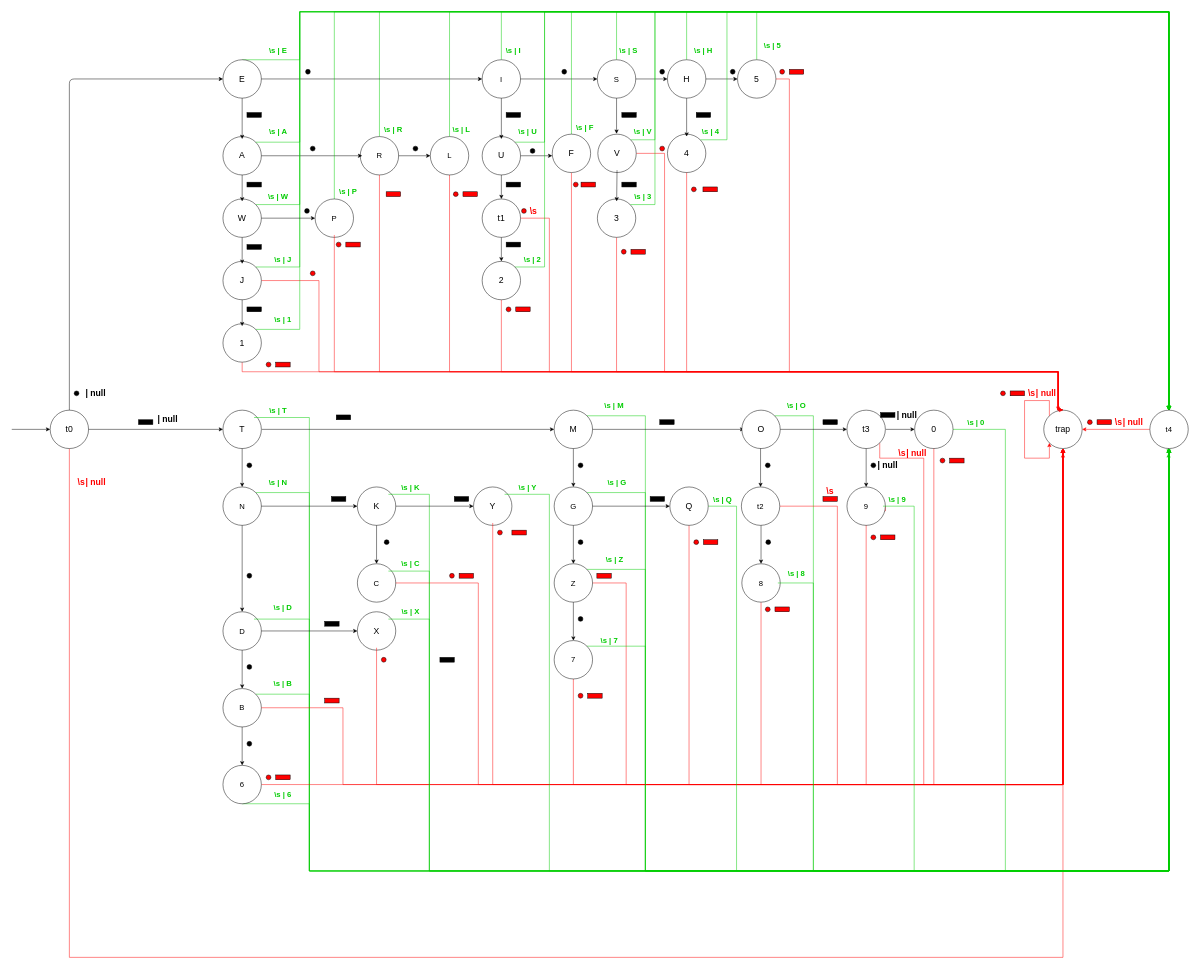
Before: MorseCodeAutomata.drawio in gkrishnak01/TOC-Case-Study, a draw.io diagram. Source tidied: cells renumbered, new cells numbered last; positions are measured from the earlier drawing's top-left corner, leaving out a move shared by most shapes. Both pictures are drawn from the tidied source at 48%, with x=0, y=0 at pixel (12, 12).
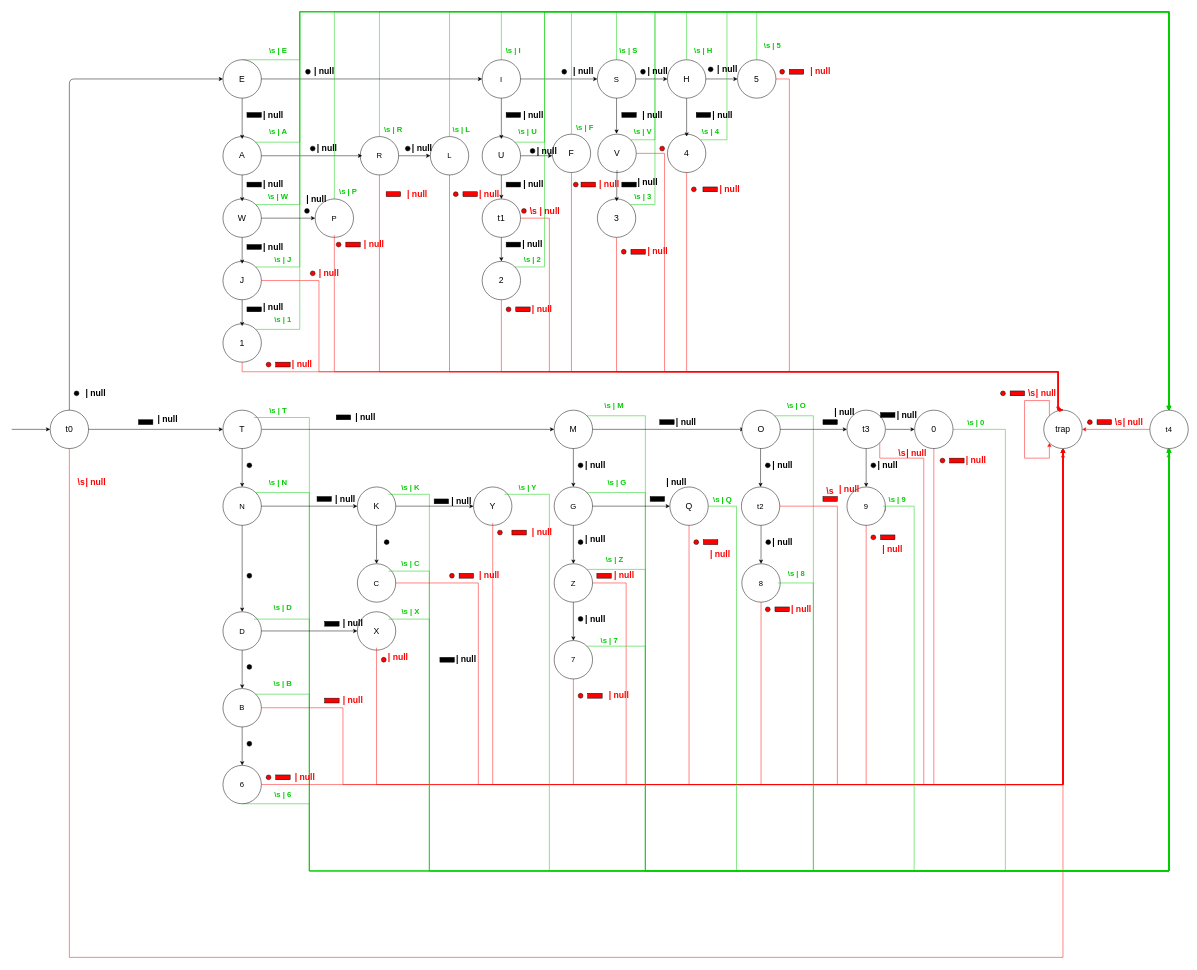
Above is the later version.

Commit message (it also covers changes not shown here):
Morse Code to Alpha Numeric DFA

Change to the diagram source:
```diff
@@
     <mxCell id="19" style="ellipse;whiteSpace=wrap;html=1;fillColor=#000000;" parent="1" vertex="1">
-      <mxGeometry x="1350" y="120" width="10" height="10" as="geometry" />
+      <mxGeometry x="1310" y="120" width="10" height="10" as="geometry" />
     </mxCell>
@@
     <mxCell id="23" style="ellipse;whiteSpace=wrap;html=1;fillColor=#000000;" parent="1" vertex="1">
-      <mxGeometry x="1497" y="120" width="10" height="10" as="geometry" />
+      <mxGeometry x="1451" y="115" width="10" height="10" as="geometry" />
     </mxCell>
@@
     <mxCell id="80" style="ellipse;whiteSpace=wrap;html=1;fillColor=#000000;" parent="1" vertex="1">
-      <mxGeometry x="836" y="280" width="10" height="10" as="geometry" />
+      <mxGeometry x="820" y="280" width="10" height="10" as="geometry" />
     </mxCell>
@@
     <mxCell id="141" style="rounded=0;whiteSpace=wrap;html=1;fillColor=#000000;" parent="1" vertex="1">
-      <mxGeometry x="666" y="1010" width="30" height="10" as="geometry" />
+      <mxGeometry x="636" y="1010" width="30" height="10" as="geometry" />
     </mxCell>
@@
     <mxCell id="153" style="rounded=0;whiteSpace=wrap;html=1;fillColor=#000000;" parent="1" vertex="1">
-      <mxGeometry x="922" y="1010" width="30" height="10" as="geometry" />
+      <mxGeometry x="880" y="1015" width="30" height="10" as="geometry" />
     </mxCell>
@@
+    <mxCell id="323" value="&lt;span style=&quot;font-size: 18px&quot;&gt;&lt;b&gt;&lt;font color=&quot;#ff0000&quot;&gt;| null&lt;/font&gt;&lt;/b&gt;&lt;/span&gt;" style="text;html=1;strokeColor=none;fillColor=none;align=center;verticalAlign=middle;whiteSpace=wrap;rounded=0;" parent="1" vertex="1">
+      <mxGeometry x="580" y="725" width="50" height="20" as="geometry" />
+    </mxCell>
+    <mxCell id="324" value="&lt;span style=&quot;font-size: 18px&quot;&gt;&lt;b&gt;&lt;font color=&quot;#ff0000&quot;&gt;| null&lt;/font&gt;&lt;/b&gt;&lt;/span&gt;" style="text;html=1;strokeColor=none;fillColor=none;align=center;verticalAlign=middle;whiteSpace=wrap;rounded=0;" parent="1" vertex="1">
+      <mxGeometry x="636" y="535" width="50" height="20" as="geometry" />
+    </mxCell>
+    <mxCell id="325" value="&lt;span style=&quot;font-size: 18px&quot;&gt;&lt;b&gt;&lt;font color=&quot;#ff0000&quot;&gt;| null&lt;/font&gt;&lt;/b&gt;&lt;/span&gt;" style="text;html=1;strokeColor=none;fillColor=none;align=center;verticalAlign=middle;whiteSpace=wrap;rounded=0;" parent="1" vertex="1">
+      <mxGeometry x="730" y="475" width="50" height="20" as="geometry" />
+    </mxCell>
+    <mxCell id="326" value="&lt;span style=&quot;font-size: 18px&quot;&gt;&lt;b&gt;&lt;font color=&quot;#ff0000&quot;&gt;| null&lt;/font&gt;&lt;/b&gt;&lt;/span&gt;" style="text;html=1;strokeColor=none;fillColor=none;align=center;verticalAlign=middle;whiteSpace=wrap;rounded=0;" parent="1" vertex="1">
+      <mxGeometry x="820" y="370" width="50" height="20" as="geometry" />
+    </mxCell>
+    <mxCell id="327" value="&lt;span style=&quot;font-size: 18px&quot;&gt;&lt;b&gt;&lt;font color=&quot;#ff0000&quot;&gt;| null&lt;/font&gt;&lt;/b&gt;&lt;/span&gt;" style="text;html=1;strokeColor=none;fillColor=none;align=center;verticalAlign=middle;whiteSpace=wrap;rounded=0;" parent="1" vertex="1">
+      <mxGeometry x="970" y="370" width="50" height="20" as="geometry" />
+    </mxCell>
+    <mxCell id="328" value="&lt;span style=&quot;font-size: 18px&quot;&gt;&lt;b&gt;&lt;font color=&quot;#ff0000&quot;&gt;| null&lt;/font&gt;&lt;/b&gt;&lt;/span&gt;" style="text;html=1;strokeColor=none;fillColor=none;align=center;verticalAlign=middle;whiteSpace=wrap;rounded=0;" parent="1" vertex="1">
+      <mxGeometry x="1096" y="405" width="50" height="20" as="geometry" />
+    </mxCell>
+    <mxCell id="329" value="&lt;span style=&quot;font-size: 18px&quot;&gt;&lt;b&gt;&lt;font color=&quot;#ff0000&quot;&gt;| null&lt;/font&gt;&lt;/b&gt;&lt;/span&gt;" style="text;html=1;strokeColor=none;fillColor=none;align=center;verticalAlign=middle;whiteSpace=wrap;rounded=0;" parent="1" vertex="1">
+      <mxGeometry x="1080" y="610" width="50" height="20" as="geometry" />
+    </mxCell>
+    <mxCell id="330" value="&lt;span style=&quot;font-size: 18px&quot;&gt;&lt;b&gt;&lt;font color=&quot;#ff0000&quot;&gt;| null&lt;/font&gt;&lt;/b&gt;&lt;/span&gt;" style="text;html=1;strokeColor=none;fillColor=none;align=center;verticalAlign=middle;whiteSpace=wrap;rounded=0;" parent="1" vertex="1">
+      <mxGeometry x="1220" y="350" width="50" height="20" as="geometry" />
+    </mxCell>
+    <mxCell id="331" value="&lt;span style=&quot;font-size: 18px&quot;&gt;&lt;b&gt;&lt;font color=&quot;#ff0000&quot;&gt;| null&lt;/font&gt;&lt;/b&gt;&lt;/span&gt;" style="text;html=1;strokeColor=none;fillColor=none;align=center;verticalAlign=middle;whiteSpace=wrap;rounded=0;" parent="1" vertex="1">
+      <mxGeometry x="1321" y="490" width="50" height="20" as="geometry" />
+    </mxCell>
+    <mxCell id="332" value="&lt;span style=&quot;font-size: 18px&quot;&gt;&lt;b&gt;&lt;font color=&quot;#ff0000&quot;&gt;| null&lt;/font&gt;&lt;/b&gt;&lt;/span&gt;" style="text;html=1;strokeColor=none;fillColor=none;align=center;verticalAlign=middle;whiteSpace=wrap;rounded=0;" parent="1" vertex="1">
+      <mxGeometry x="1471" y="360" width="50" height="20" as="geometry" />
+    </mxCell>
+    <mxCell id="333" value="&lt;span style=&quot;font-size: 18px&quot;&gt;&lt;b&gt;&lt;font color=&quot;#ff0000&quot;&gt;| null&lt;/font&gt;&lt;/b&gt;&lt;/span&gt;" style="text;html=1;strokeColor=none;fillColor=none;align=center;verticalAlign=middle;whiteSpace=wrap;rounded=0;" parent="1" vertex="1">
+      <mxGeometry x="1660" y="115" width="50" height="20" as="geometry" />
+    </mxCell>
+    <mxCell id="334" value="&lt;span style=&quot;font-size: 18px&quot;&gt;&lt;b&gt;&lt;font color=&quot;#ff0000&quot;&gt;| null&lt;/font&gt;&lt;/b&gt;&lt;/span&gt;" style="text;html=1;strokeColor=none;fillColor=none;align=center;verticalAlign=middle;whiteSpace=wrap;rounded=0;" parent="1" vertex="1">
+      <mxGeometry x="1984" y="925" width="50" height="20" as="geometry" />
+    </mxCell>
+    <mxCell id="335" value="&lt;span style=&quot;font-size: 18px&quot;&gt;&lt;b&gt;&lt;font color=&quot;#ff0000&quot;&gt;| null&lt;/font&gt;&lt;/b&gt;&lt;/span&gt;" style="text;html=1;strokeColor=none;fillColor=none;align=center;verticalAlign=middle;whiteSpace=wrap;rounded=0;" parent="1" vertex="1">
+      <mxGeometry x="1810" y="1110" width="50" height="20" as="geometry" />
+    </mxCell>
+    <mxCell id="336" value="&lt;span style=&quot;font-size: 18px&quot;&gt;&lt;b&gt;&lt;font color=&quot;#ff0000&quot;&gt;| null&lt;/font&gt;&lt;/b&gt;&lt;/span&gt;" style="text;html=1;strokeColor=none;fillColor=none;align=center;verticalAlign=middle;whiteSpace=wrap;rounded=0;" parent="1" vertex="1">
+      <mxGeometry x="1720" y="985" width="50" height="20" as="geometry" />
+    </mxCell>
+    <mxCell id="337" value="&lt;span style=&quot;font-size: 18px&quot;&gt;&lt;b&gt;&lt;font color=&quot;#ff0000&quot;&gt;| null&lt;/font&gt;&lt;/b&gt;&lt;/span&gt;" style="text;html=1;strokeColor=none;fillColor=none;align=center;verticalAlign=middle;whiteSpace=wrap;rounded=0;" parent="1" vertex="1">
+      <mxGeometry x="1620" y="1235" width="50" height="20" as="geometry" />
+    </mxCell>
+    <mxCell id="338" value="&lt;span style=&quot;font-size: 18px&quot;&gt;&lt;b&gt;&lt;font color=&quot;#ff0000&quot;&gt;| null&lt;/font&gt;&lt;/b&gt;&lt;/span&gt;" style="text;html=1;strokeColor=none;fillColor=none;align=center;verticalAlign=middle;whiteSpace=wrap;rounded=0;" parent="1" vertex="1">
+      <mxGeometry x="1451" y="1120" width="50" height="20" as="geometry" />
+    </mxCell>
+    <mxCell id="339" value="&lt;span style=&quot;font-size: 18px&quot;&gt;&lt;b&gt;&lt;font color=&quot;#ff0000&quot;&gt;| null&lt;/font&gt;&lt;/b&gt;&lt;/span&gt;" style="text;html=1;strokeColor=none;fillColor=none;align=center;verticalAlign=middle;whiteSpace=wrap;rounded=0;" parent="1" vertex="1">
+      <mxGeometry x="1251" y="1165" width="50" height="20" as="geometry" />
+    </mxCell>
+    <mxCell id="340" value="&lt;span style=&quot;font-size: 18px&quot;&gt;&lt;b&gt;&lt;font color=&quot;#ff0000&quot;&gt;| null&lt;/font&gt;&lt;/b&gt;&lt;/span&gt;" style="text;html=1;strokeColor=none;fillColor=none;align=center;verticalAlign=middle;whiteSpace=wrap;rounded=0;" parent="1" vertex="1">
+      <mxGeometry x="1080" y="1075" width="50" height="20" as="geometry" />
+    </mxCell>
+    <mxCell id="341" value="&lt;span style=&quot;font-size: 18px&quot;&gt;&lt;b&gt;&lt;font color=&quot;#ff0000&quot;&gt;| null&lt;/font&gt;&lt;/b&gt;&lt;/span&gt;" style="text;html=1;strokeColor=none;fillColor=none;align=center;verticalAlign=middle;whiteSpace=wrap;rounded=0;" parent="1" vertex="1">
+      <mxGeometry x="1240" y="1415" width="50" height="20" as="geometry" />
+    </mxCell>
+    <mxCell id="342" value="&lt;span style=&quot;font-size: 18px&quot;&gt;&lt;b&gt;&lt;font color=&quot;#ff0000&quot;&gt;| null&lt;/font&gt;&lt;/b&gt;&lt;/span&gt;" style="text;html=1;strokeColor=none;fillColor=none;align=center;verticalAlign=middle;whiteSpace=wrap;rounded=0;" parent="1" vertex="1">
+      <mxGeometry x="970" y="1165" width="50" height="20" as="geometry" />
+    </mxCell>
+    <mxCell id="343" value="&lt;span style=&quot;font-size: 18px&quot;&gt;&lt;b&gt;&lt;font color=&quot;#ff0000&quot;&gt;| null&lt;/font&gt;&lt;/b&gt;&lt;/span&gt;" style="text;html=1;strokeColor=none;fillColor=none;align=center;verticalAlign=middle;whiteSpace=wrap;rounded=0;" parent="1" vertex="1">
+      <mxGeometry x="780" y="1335" width="50" height="20" as="geometry" />
+    </mxCell>
+    <mxCell id="344" value="&lt;span style=&quot;font-size: 18px&quot;&gt;&lt;b&gt;&lt;font color=&quot;#ff0000&quot;&gt;| null&lt;/font&gt;&lt;/b&gt;&lt;/span&gt;" style="text;html=1;strokeColor=none;fillColor=none;align=center;verticalAlign=middle;whiteSpace=wrap;rounded=0;" parent="1" vertex="1">
+      <mxGeometry x="686" y="1425" width="50" height="20" as="geometry" />
+    </mxCell>
+    <mxCell id="345" value="&lt;span style=&quot;font-size: 18px&quot;&gt;&lt;b&gt;&lt;font color=&quot;#ff0000&quot;&gt;| null&lt;/font&gt;&lt;/b&gt;&lt;/span&gt;" style="text;html=1;strokeColor=none;fillColor=none;align=center;verticalAlign=middle;whiteSpace=wrap;rounded=0;" parent="1" vertex="1">
+      <mxGeometry x="586" y="1585" width="50" height="20" as="geometry" />
+    </mxCell>
+    <mxCell id="346" value="&lt;span style=&quot;font-size: 18px&quot;&gt;&lt;b&gt;| null&lt;/b&gt;&lt;/span&gt;" style="text;html=1;strokeColor=none;fillColor=none;align=center;verticalAlign=middle;whiteSpace=wrap;rounded=0;" parent="1" vertex="1">
+      <mxGeometry x="520" y="605" width="50" height="20" as="geometry" />
+    </mxCell>
+    <mxCell id="347" value="&lt;span style=&quot;font-size: 18px&quot;&gt;&lt;b&gt;| null&lt;/b&gt;&lt;/span&gt;" style="text;html=1;strokeColor=none;fillColor=none;align=center;verticalAlign=middle;whiteSpace=wrap;rounded=0;" parent="1" vertex="1">
+      <mxGeometry x="520" y="480" width="50" height="20" as="geometry" />
+    </mxCell>
+    <mxCell id="348" value="&lt;span style=&quot;font-size: 18px&quot;&gt;&lt;b&gt;| null&lt;/b&gt;&lt;/span&gt;" style="text;html=1;strokeColor=none;fillColor=none;align=center;verticalAlign=middle;whiteSpace=wrap;rounded=0;" parent="1" vertex="1">
+      <mxGeometry x="520" y="350" width="50" height="20" as="geometry" />
+    </mxCell>
+    <mxCell id="349" value="&lt;span style=&quot;font-size: 18px&quot;&gt;&lt;b&gt;| null&lt;/b&gt;&lt;/span&gt;" style="text;html=1;strokeColor=none;fillColor=none;align=center;verticalAlign=middle;whiteSpace=wrap;rounded=0;" parent="1" vertex="1">
+      <mxGeometry x="520" y="205" width="50" height="20" as="geometry" />
+    </mxCell>
+    <mxCell id="350" value="&lt;span style=&quot;font-size: 18px&quot;&gt;&lt;b&gt;| null&lt;/b&gt;&lt;/span&gt;" style="text;html=1;strokeColor=none;fillColor=none;align=center;verticalAlign=middle;whiteSpace=wrap;rounded=0;" parent="1" vertex="1">
+      <mxGeometry x="626" y="115" width="50" height="20" as="geometry" />
+    </mxCell>
+    <mxCell id="351" value="&lt;span style=&quot;font-size: 18px&quot;&gt;&lt;b&gt;| null&lt;/b&gt;&lt;/span&gt;" style="text;html=1;strokeColor=none;fillColor=none;align=center;verticalAlign=middle;whiteSpace=wrap;rounded=0;" parent="1" vertex="1">
+      <mxGeometry x="632" y="275" width="50" height="20" as="geometry" />
+    </mxCell>
+    <mxCell id="352" value="&lt;span style=&quot;font-size: 18px&quot;&gt;&lt;b&gt;| null&lt;/b&gt;&lt;/span&gt;" style="text;html=1;strokeColor=none;fillColor=none;align=center;verticalAlign=middle;whiteSpace=wrap;rounded=0;" parent="1" vertex="1">
+      <mxGeometry x="610" y="380" width="50" height="20" as="geometry" />
+    </mxCell>
+    <mxCell id="353" value="&lt;span style=&quot;font-size: 18px&quot;&gt;&lt;b&gt;| null&lt;/b&gt;&lt;/span&gt;" style="text;html=1;strokeColor=none;fillColor=none;align=center;verticalAlign=middle;whiteSpace=wrap;rounded=0;" parent="1" vertex="1">
+      <mxGeometry x="830" y="275" width="50" height="20" as="geometry" />
+    </mxCell>
+    <mxCell id="354" value="&lt;span style=&quot;font-size: 18px&quot;&gt;&lt;b&gt;| null&lt;/b&gt;&lt;/span&gt;" style="text;html=1;strokeColor=none;fillColor=none;align=center;verticalAlign=middle;whiteSpace=wrap;rounded=0;" parent="1" vertex="1">
+      <mxGeometry x="1062" y="205" width="50" height="20" as="geometry" />
+    </mxCell>
+    <mxCell id="355" value="&lt;span style=&quot;font-size: 18px&quot;&gt;&lt;b&gt;| null&lt;/b&gt;&lt;/span&gt;" style="text;html=1;strokeColor=none;fillColor=none;align=center;verticalAlign=middle;whiteSpace=wrap;rounded=0;" parent="1" vertex="1">
+      <mxGeometry x="1090" y="280" width="50" height="20" as="geometry" />
+    </mxCell>
+    <mxCell id="356" value="&lt;span style=&quot;font-size: 18px&quot;&gt;&lt;b&gt;| null&lt;/b&gt;&lt;/span&gt;" style="text;html=1;strokeColor=none;fillColor=none;align=center;verticalAlign=middle;whiteSpace=wrap;rounded=0;" parent="1" vertex="1">
+      <mxGeometry x="1062" y="350" width="50" height="20" as="geometry" />
+    </mxCell>
+    <mxCell id="357" value="&lt;span style=&quot;font-size: 18px&quot;&gt;&lt;b&gt;| null&lt;/b&gt;&lt;/span&gt;" style="text;html=1;strokeColor=none;fillColor=none;align=center;verticalAlign=middle;whiteSpace=wrap;rounded=0;" parent="1" vertex="1">
+      <mxGeometry x="1060" y="475" width="50" height="20" as="geometry" />
+    </mxCell>
+    <mxCell id="358" value="&lt;span style=&quot;font-size: 18px&quot;&gt;&lt;b&gt;| null&lt;/b&gt;&lt;/span&gt;" style="text;html=1;strokeColor=none;fillColor=none;align=center;verticalAlign=middle;whiteSpace=wrap;rounded=0;" parent="1" vertex="1">
+      <mxGeometry x="1300" y="345" width="50" height="20" as="geometry" />
+    </mxCell>
+    <mxCell id="359" value="&lt;span style=&quot;font-size: 18px&quot;&gt;&lt;b&gt;| null&lt;/b&gt;&lt;/span&gt;" style="text;html=1;strokeColor=none;fillColor=none;align=center;verticalAlign=middle;whiteSpace=wrap;rounded=0;" parent="1" vertex="1">
+      <mxGeometry x="1166" y="115" width="50" height="20" as="geometry" />
+    </mxCell>
+    <mxCell id="360" value="&lt;span style=&quot;font-size: 18px&quot;&gt;&lt;b&gt;| null&lt;/b&gt;&lt;/span&gt;" style="text;html=1;strokeColor=none;fillColor=none;align=center;verticalAlign=middle;whiteSpace=wrap;rounded=0;" parent="1" vertex="1">
+      <mxGeometry x="1310" y="205" width="50" height="20" as="geometry" />
+    </mxCell>
+    <mxCell id="361" value="&lt;span style=&quot;font-size: 18px&quot;&gt;&lt;b&gt;| null&lt;/b&gt;&lt;/span&gt;" style="text;html=1;strokeColor=none;fillColor=none;align=center;verticalAlign=middle;whiteSpace=wrap;rounded=0;" parent="1" vertex="1">
+      <mxGeometry x="1456" y="205" width="50" height="20" as="geometry" />
+    </mxCell>
+    <mxCell id="362" value="&lt;span style=&quot;font-size: 18px&quot;&gt;&lt;b&gt;| null&lt;/b&gt;&lt;/span&gt;" style="text;html=1;strokeColor=none;fillColor=none;align=center;verticalAlign=middle;whiteSpace=wrap;rounded=0;" parent="1" vertex="1">
+      <mxGeometry x="1321" y="115" width="50" height="20" as="geometry" />
+    </mxCell>
+    <mxCell id="363" value="&lt;span style=&quot;font-size: 18px&quot;&gt;&lt;b&gt;| null&lt;/b&gt;&lt;/span&gt;" style="text;html=1;strokeColor=none;fillColor=none;align=center;verticalAlign=middle;whiteSpace=wrap;rounded=0;" parent="1" vertex="1">
+      <mxGeometry x="1466" y="110" width="50" height="20" as="geometry" />
+    </mxCell>
+    <mxCell id="364" value="&lt;span style=&quot;font-size: 18px&quot;&gt;&lt;b&gt;| null&lt;/b&gt;&lt;/span&gt;" style="text;html=1;strokeColor=none;fillColor=none;align=center;verticalAlign=middle;whiteSpace=wrap;rounded=0;" parent="1" vertex="1">
+      <mxGeometry x="712" y="835" width="50" height="20" as="geometry" />
+    </mxCell>
+    <mxCell id="365" value="&lt;span style=&quot;font-size: 18px&quot;&gt;&lt;b&gt;| null&lt;/b&gt;&lt;/span&gt;" style="text;html=1;strokeColor=none;fillColor=none;align=center;verticalAlign=middle;whiteSpace=wrap;rounded=0;" parent="1" vertex="1">
+      <mxGeometry x="670" y="1005" width="50" height="20" as="geometry" />
+    </mxCell>
+    <mxCell id="366" value="&lt;span style=&quot;font-size: 18px&quot;&gt;&lt;b&gt;| null&lt;/b&gt;&lt;/span&gt;" style="text;html=1;strokeColor=none;fillColor=none;align=center;verticalAlign=middle;whiteSpace=wrap;rounded=0;" parent="1" vertex="1">
+      <mxGeometry x="686" y="1265" width="50" height="20" as="geometry" />
+    </mxCell>
+    <mxCell id="367" value="&lt;span style=&quot;font-size: 18px&quot;&gt;&lt;b&gt;| null&lt;/b&gt;&lt;/span&gt;" style="text;html=1;strokeColor=none;fillColor=none;align=center;verticalAlign=middle;whiteSpace=wrap;rounded=0;" parent="1" vertex="1">
+      <mxGeometry x="912" y="1010" width="50" height="20" as="geometry" />
+    </mxCell>
+    <mxCell id="368" value="&lt;span style=&quot;font-size: 18px&quot;&gt;&lt;b&gt;| null&lt;/b&gt;&lt;/span&gt;" style="text;html=1;strokeColor=none;fillColor=none;align=center;verticalAlign=middle;whiteSpace=wrap;rounded=0;" parent="1" vertex="1">
+      <mxGeometry x="922" y="1340" width="50" height="20" as="geometry" />
+    </mxCell>
+    <mxCell id="369" value="&lt;span style=&quot;font-size: 18px&quot;&gt;&lt;b&gt;| null&lt;/b&gt;&lt;/span&gt;" style="text;html=1;strokeColor=none;fillColor=none;align=center;verticalAlign=middle;whiteSpace=wrap;rounded=0;" parent="1" vertex="1">
+      <mxGeometry x="1191" y="1255" width="50" height="20" as="geometry" />
+    </mxCell>
+    <mxCell id="370" value="&lt;span style=&quot;font-size: 18px&quot;&gt;&lt;b&gt;| null&lt;/b&gt;&lt;/span&gt;" style="text;html=1;strokeColor=none;fillColor=none;align=center;verticalAlign=middle;whiteSpace=wrap;rounded=0;" parent="1" vertex="1">
+      <mxGeometry x="1191" y="1090" width="50" height="20" as="geometry" />
+    </mxCell>
+    <mxCell id="371" value="&lt;span style=&quot;font-size: 18px&quot;&gt;&lt;b&gt;| null&lt;/b&gt;&lt;/span&gt;" style="text;html=1;strokeColor=none;fillColor=none;align=center;verticalAlign=middle;whiteSpace=wrap;rounded=0;" parent="1" vertex="1">
+      <mxGeometry x="1191" y="935" width="50" height="20" as="geometry" />
+    </mxCell>
+    <mxCell id="372" value="&lt;span style=&quot;font-size: 18px&quot;&gt;&lt;b&gt;| null&lt;/b&gt;&lt;/span&gt;" style="text;html=1;strokeColor=none;fillColor=none;align=center;verticalAlign=middle;whiteSpace=wrap;rounded=0;" parent="1" vertex="1">
+      <mxGeometry x="1380" y="845" width="50" height="20" as="geometry" />
+    </mxCell>
+    <mxCell id="373" value="&lt;span style=&quot;font-size: 18px&quot;&gt;&lt;b&gt;| null&lt;/b&gt;&lt;/span&gt;" style="text;html=1;strokeColor=none;fillColor=none;align=center;verticalAlign=middle;whiteSpace=wrap;rounded=0;" parent="1" vertex="1">
+      <mxGeometry x="1360" y="970" width="50" height="20" as="geometry" />
+    </mxCell>
+    <mxCell id="374" value="&lt;span style=&quot;font-size: 18px&quot;&gt;&lt;b&gt;| null&lt;/b&gt;&lt;/span&gt;" style="text;html=1;strokeColor=none;fillColor=none;align=center;verticalAlign=middle;whiteSpace=wrap;rounded=0;" parent="1" vertex="1">
+      <mxGeometry x="1581" y="935" width="50" height="20" as="geometry" />
+    </mxCell>
+    <mxCell id="375" value="&lt;span style=&quot;font-size: 18px&quot;&gt;&lt;b&gt;| null&lt;/b&gt;&lt;/span&gt;" style="text;html=1;strokeColor=none;fillColor=none;align=center;verticalAlign=middle;whiteSpace=wrap;rounded=0;" parent="1" vertex="1">
+      <mxGeometry x="1581" y="1095" width="50" height="20" as="geometry" />
+    </mxCell>
+    <mxCell id="376" value="&lt;span style=&quot;font-size: 18px&quot;&gt;&lt;b&gt;| null&lt;/b&gt;&lt;/span&gt;" style="text;html=1;strokeColor=none;fillColor=none;align=center;verticalAlign=middle;whiteSpace=wrap;rounded=0;" parent="1" vertex="1">
+      <mxGeometry x="1710" y="825" width="50" height="20" as="geometry" />
+    </mxCell>
```
